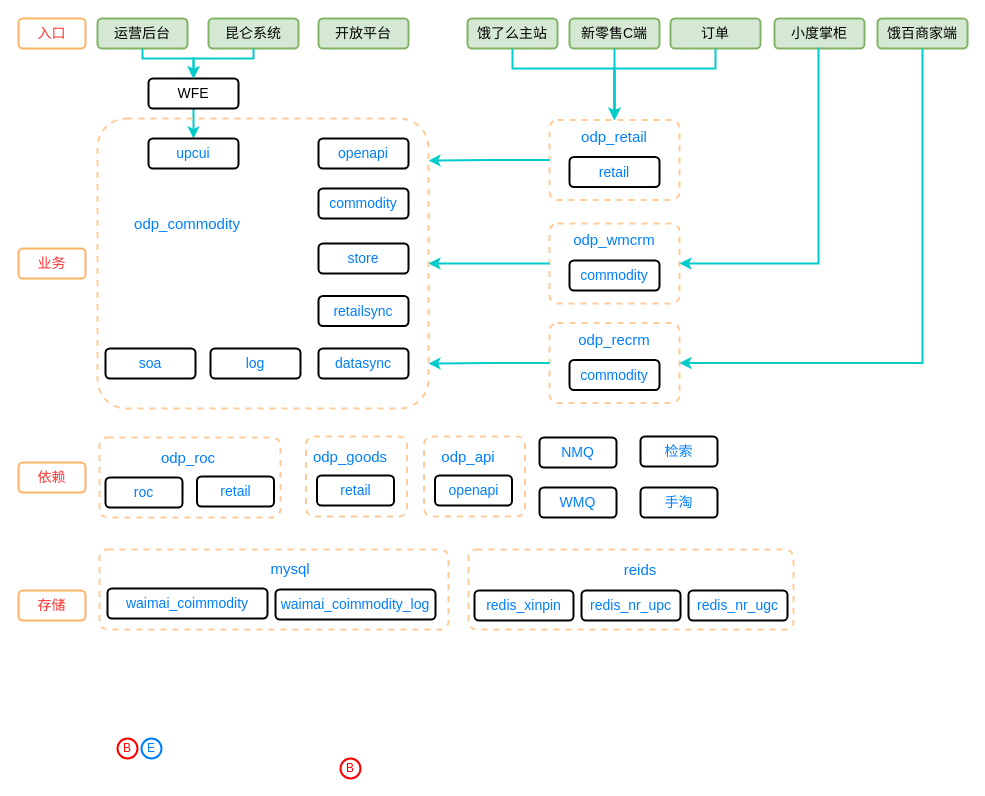
zhugaozi/drawIo keeps this draw.io diagram as 商品库框架图.drawio. Above is the earlier version. Source tidied: cells renumbered, new cells numbered last; positions are measured from the earlier drawing's top-left corner, leaving out a move shared by most shapes. Both pictures are drawn from the tidied source at 100%, with x=0, y=0 at pixel (18, 18).
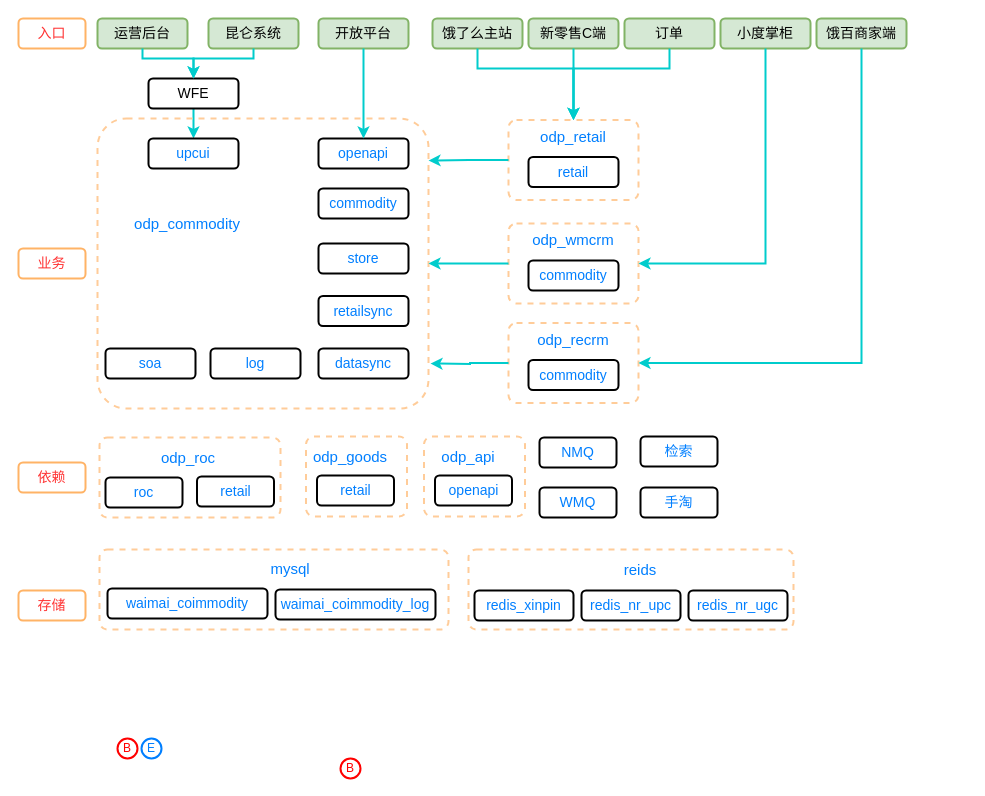
The same page after the edit.

Commit message:
Update 商品库框架图.drawio

Unchanged cells that the change refers to:
```xml
<mxCell id="9" value="&lt;font style=&quot;font-size: 14px&quot;&gt;开放平台&lt;/font&gt;" style="rounded=1;whiteSpace=wrap;html=1;fillColor=#d5e8d4;strokeColor=#82b366;strokeWidth=2;" parent="1" vertex="1">
  <mxGeometry x="300" width="90" height="30" as="geometry" />
</mxCell>
<mxCell id="12" style="rounded=1;arcSize=10;dashed=1;strokeColor=#FFCC99;fillColor=none;gradientColor=none;strokeWidth=2;" parent="1" vertex="1">
  <mxGeometry x="79" y="100" width="331" height="290" as="geometry" />
</mxCell>
<mxCell id="14" value="&lt;span style=&quot;font-size: 14px&quot;&gt;&lt;font color=&quot;#007fff&quot;&gt;openapi&lt;/font&gt;&lt;/span&gt;" style="rounded=1;whiteSpace=wrap;html=1;strokeWidth=2;" parent="1" vertex="1">
  <mxGeometry x="300" y="120" width="90" height="30" as="geometry" />
</mxCell>
<mxCell id="23" style="rounded=1;arcSize=10;dashed=1;strokeColor=#FFCC99;fillColor=none;gradientColor=none;strokeWidth=2;" parent="22" vertex="1">
  <mxGeometry width="130" height="80" as="geometry" />
</mxCell>
<mxCell id="27" style="rounded=1;arcSize=10;dashed=1;strokeColor=#FFCC99;fillColor=none;gradientColor=none;strokeWidth=2;" parent="26" vertex="1">
  <mxGeometry width="130" height="80" as="geometry" />
</mxCell>
<mxCell id="31" style="rounded=1;arcSize=10;dashed=1;strokeColor=#FFCC99;fillColor=none;gradientColor=none;strokeWidth=2;" parent="30" vertex="1">
  <mxGeometry width="130" height="80" as="geometry" />
</mxCell>
```

Diff of the diagram source:
```diff
@@
     <mxCell id="6" value="&lt;span&gt;&lt;font style=&quot;font-size: 14px&quot;&gt;饿了么主站&lt;/font&gt;&lt;/span&gt;" style="rounded=1;whiteSpace=wrap;html=1;fillColor=#d5e8d4;strokeColor=#82b366;strokeWidth=2;" parent="1" vertex="1">
-      <mxGeometry x="449" width="90" height="30" as="geometry" />
+      <mxGeometry x="414" width="90" height="30" as="geometry" />
     </mxCell>
     <mxCell id="7" value="&lt;span style=&quot;font-size: 14px&quot;&gt;新零售C端&lt;/span&gt;" style="rounded=1;whiteSpace=wrap;html=1;fillColor=#d5e8d4;strokeColor=#82b366;strokeWidth=2;" parent="1" vertex="1">
-      <mxGeometry x="551" width="90" height="30" as="geometry" />
+      <mxGeometry x="510" width="90" height="30" as="geometry" />
     </mxCell>
     <mxCell id="8" value="&lt;span style=&quot;font-size: 14px&quot;&gt;订单&lt;/span&gt;" style="rounded=1;whiteSpace=wrap;html=1;fillColor=#d5e8d4;strokeColor=#82b366;strokeWidth=2;" parent="1" vertex="1">
-      <mxGeometry x="652" width="90" height="30" as="geometry" />
+      <mxGeometry x="606" width="90" height="30" as="geometry" />
     </mxCell>
@@
     <mxCell id="10" value="&lt;span style=&quot;font-size: 14px&quot;&gt;饿百商家端&lt;/span&gt;" style="rounded=1;whiteSpace=wrap;html=1;fillColor=#d5e8d4;strokeColor=#82b366;strokeWidth=2;" parent="1" vertex="1">
-      <mxGeometry x="859" width="90" height="30" as="geometry" />
+      <mxGeometry x="798" width="90" height="30" as="geometry" />
     </mxCell>
     <mxCell id="11" value="&lt;span style=&quot;font-size: 14px&quot;&gt;小度掌柜&lt;/span&gt;" style="rounded=1;whiteSpace=wrap;html=1;fillColor=#d5e8d4;strokeColor=#82b366;strokeWidth=2;" parent="1" vertex="1">
-      <mxGeometry x="756" width="90" height="30" as="geometry" />
+      <mxGeometry x="702" width="90" height="30" as="geometry" />
     </mxCell>
@@
     <mxCell id="22" style="group;" parent="1" vertex="1">
-      <mxGeometry x="531" y="101.5" width="130" height="80" as="geometry" />
+      <mxGeometry x="490" y="101.5" width="130" height="80" as="geometry" />
     </mxCell>
@@
     <mxCell id="26" style="group;strokeWidth=2;" parent="1" vertex="1">
-      <mxGeometry x="531" y="205" width="130" height="80" as="geometry" />
+      <mxGeometry x="490" y="205" width="130" height="80" as="geometry" />
     </mxCell>
@@
     <mxCell id="30" style="group;strokeWidth=2;" parent="1" vertex="1">
-      <mxGeometry x="531" y="304.5" width="130" height="80" as="geometry" />
+      <mxGeometry x="490" y="304.5" width="130" height="80" as="geometry" />
     </mxCell>
@@
     <mxCell id="64" style="edgeStyle=orthogonalEdgeStyle;rounded=0;jettySize=auto;html=1;strokeColor=#00CCCC;fillColor=#1ba1e2;strokeWidth=2;exitX=0.5;exitY=1;exitDx=0;exitDy=0;entryX=0.5;entryY=0;entryDx=0;entryDy=0;" parent="1" edge="1" source="6" target="23">
       <mxGeometry relative="1" as="geometry">
         <Array as="points">
-          <mxPoint x="494" y="50" />
-          <mxPoint x="596" y="50" />
+          <mxPoint x="459" y="50" />
+          <mxPoint x="555" y="50" />
         </Array>
       </mxGeometry>
     </mxCell>
     <mxCell id="65" style="edgeStyle=orthogonalEdgeStyle;rounded=0;jettySize=auto;html=1;strokeColor=#00CCCC;fillColor=#1ba1e2;strokeWidth=2;entryX=0.5;entryY=0;entryDx=0;entryDy=0;exitX=0.5;exitY=1;exitDx=0;exitDy=0;" parent="1" edge="1" source="7" target="23">
       <mxGeometry relative="1" as="geometry">
         <Array as="points">
-          <mxPoint x="596" y="70" />
-          <mxPoint x="596" y="70" />
+          <mxPoint x="555" y="70" />
+          <mxPoint x="555" y="70" />
         </Array>
       </mxGeometry>
     </mxCell>
     <mxCell id="66" style="edgeStyle=orthogonalEdgeStyle;rounded=0;jettySize=auto;html=1;strokeColor=#00CCCC;fillColor=#1ba1e2;strokeWidth=2;exitX=0.5;exitY=1;exitDx=0;exitDy=0;entryX=0.5;entryY=0;entryDx=0;entryDy=0;" parent="1" edge="1" source="8" target="23">
       <mxGeometry relative="1" as="geometry">
         <Array as="points">
-          <mxPoint x="697" y="50" />
-          <mxPoint x="596" y="50" />
+          <mxPoint x="651" y="50" />
+          <mxPoint x="555" y="50" />
         </Array>
       </mxGeometry>
     </mxCell>
     <mxCell id="67" style="edgeStyle=orthogonalEdgeStyle;rounded=0;jettySize=auto;html=1;strokeColor=#00CCCC;fillColor=#1ba1e2;strokeWidth=2;exitX=0.5;exitY=1;exitDx=0;exitDy=0;entryX=1;entryY=0.5;entryDx=0;entryDy=0;" parent="1" edge="1" source="11" target="27">
       <mxGeometry relative="1" as="geometry">
         <Array as="points">
-          <mxPoint x="800" y="30" />
-          <mxPoint x="800" y="245" />
+          <mxPoint x="747" y="245" />
         </Array>
       </mxGeometry>
     </mxCell>
     <mxCell id="68" style="edgeStyle=orthogonalEdgeStyle;rounded=0;jettySize=auto;html=1;strokeColor=#00CCCC;fillColor=#1ba1e2;strokeWidth=2;exitX=0.5;exitY=1;exitDx=0;exitDy=0;entryX=1;entryY=0.5;entryDx=0;entryDy=0;" parent="1" edge="1" source="10" target="31">
       <mxGeometry relative="1" as="geometry">
         <Array as="points">
-          <mxPoint x="904" y="345" />
+          <mxPoint x="843" y="345" />
         </Array>
       </mxGeometry>
     </mxCell>
@@
-    <mxCell id="71" style="edgeStyle=orthogonalEdgeStyle;rounded=0;jettySize=auto;html=1;strokeColor=#00CCCC;strokeWidth=2;entryX=1;entryY=0.845;entryDx=0;entryDy=0;exitX=0;exitY=0.5;exitDx=0;exitDy=0;entryPerimeter=0;" parent="1" edge="1" source="31" target="12">
-      <mxGeometry relative="1" as="geometry" />
+    <mxCell id="71" style="edgeStyle=orthogonalEdgeStyle;rounded=0;jettySize=auto;html=1;strokeColor=#00CCCC;strokeWidth=2;exitX=0;exitY=0.5;exitDx=0;exitDy=0;" parent="1" edge="1" source="31">
+      <mxGeometry relative="1" as="geometry">
+        <mxPoint x="412" y="345" as="targetPoint" />
+      </mxGeometry>
     </mxCell>
@@
+    <mxCell id="76" style="edgeStyle=orthogonalEdgeStyle;rounded=0;jettySize=auto;html=1;entryX=0.5;entryY=0;entryDx=0;entryDy=0;strokeColor=#00CCCC;strokeWidth=2;exitX=0.5;exitY=1;exitDx=0;exitDy=0;" parent="1" edge="1" source="9" target="14">
+      <mxGeometry relative="1" as="geometry" />
+    </mxCell>
```
